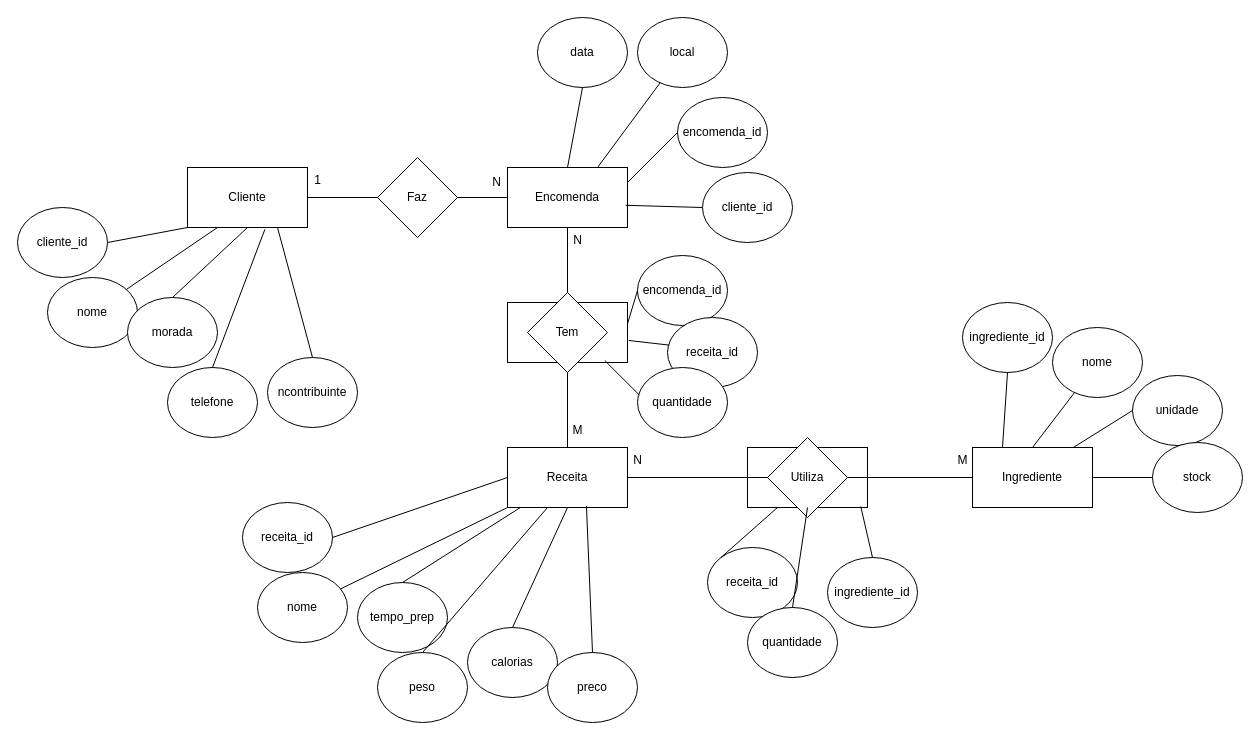
The draw.io diagram page "3. Pastelaria" (3 of 3) of Coletanea_Exercicios_EA.drawio in danielarraiol02/tpsi-sgbd-2065422-25, before the edit. Source tidied: cells renumbered, new cells numbered last; positions are measured from the earlier drawing's top-left corner, leaving out a move shared by most shapes. Both pictures are drawn from the tidied source at 100%, with x=0, y=0 at pixel (17, 17).
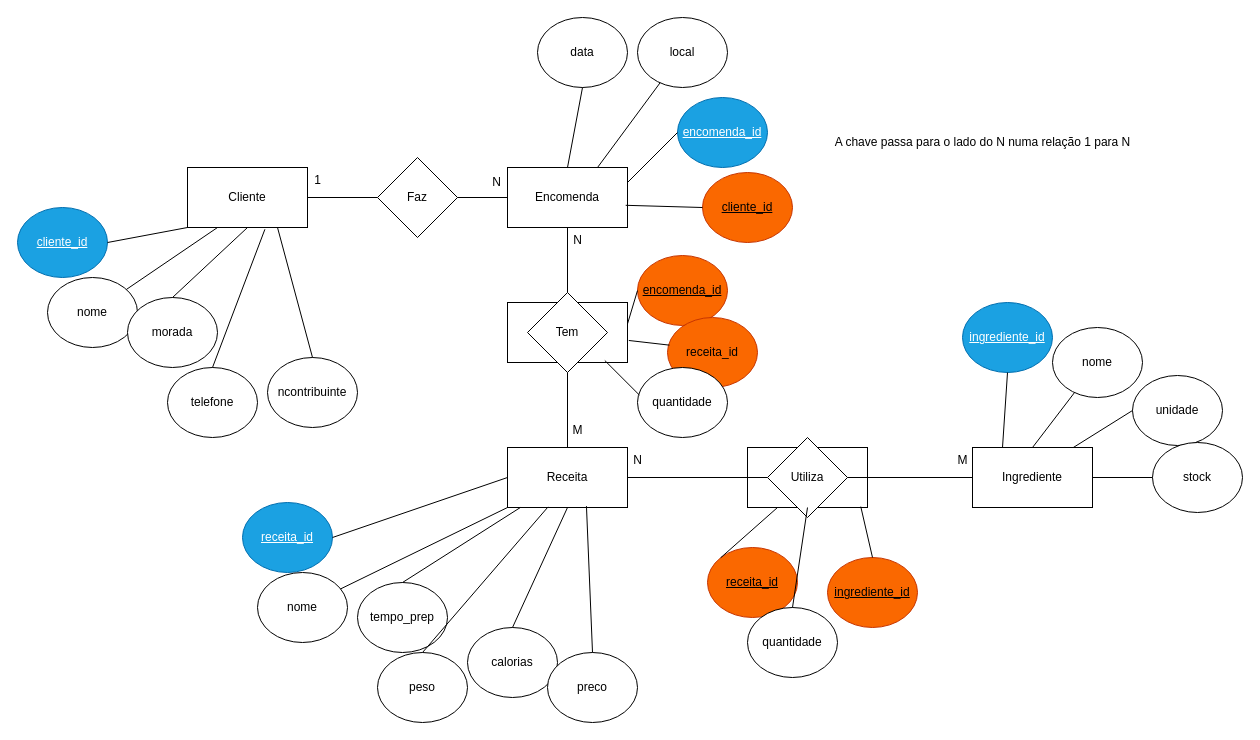
Above is the later version.

Change to the diagram source:
```diff
@@
-    <mxCell id="5" value="cliente_id" style="ellipse;whiteSpace=wrap;html=1;" parent="1" vertex="1">
+    <mxCell id="5" value="cliente_id" style="ellipse;whiteSpace=wrap;html=1;fontStyle=4;fillColor=#1ba1e2;fontColor=#ffffff;strokeColor=#006EAF;" parent="1" vertex="1">
       <mxGeometry y="190" width="90" height="70" as="geometry" />
     </mxCell>
@@
-    <mxCell id="25" value="encomenda_id" style="ellipse;whiteSpace=wrap;html=1;" parent="1" vertex="1">
+    <mxCell id="25" value="encomenda_id" style="ellipse;whiteSpace=wrap;html=1;fontStyle=4;fillColor=#1ba1e2;fontColor=#ffffff;strokeColor=#006EAF;" parent="1" vertex="1">
       <mxGeometry x="660" y="80" width="90" height="70" as="geometry" />
     </mxCell>
@@
-    <mxCell id="31" value="cliente_id" style="ellipse;whiteSpace=wrap;html=1;" parent="1" vertex="1">
+    <mxCell id="31" value="cliente_id" style="ellipse;whiteSpace=wrap;html=1;fontStyle=4;fillColor=#fa6800;fontColor=#000000;strokeColor=#C73500;" parent="1" vertex="1">
       <mxGeometry x="685" y="155" width="90" height="70" as="geometry" />
     </mxCell>
@@
-    <mxCell id="37" value="ingrediente_id" style="ellipse;whiteSpace=wrap;html=1;" parent="1" vertex="1">
+    <mxCell id="37" value="ingrediente_id" style="ellipse;whiteSpace=wrap;html=1;fontStyle=4;fillColor=#1ba1e2;fontColor=#ffffff;strokeColor=#006EAF;" parent="1" vertex="1">
       <mxGeometry x="945" y="285" width="90" height="70" as="geometry" />
     </mxCell>
@@
-    <mxCell id="47" value="receita_id" style="ellipse;whiteSpace=wrap;html=1;" parent="1" vertex="1">
+    <mxCell id="47" value="receita_id" style="ellipse;whiteSpace=wrap;html=1;fontStyle=4;fillColor=#1ba1e2;fontColor=#ffffff;strokeColor=#006EAF;" parent="1" vertex="1">
       <mxGeometry x="225" y="485" width="90" height="70" as="geometry" />
     </mxCell>
@@
-    <mxCell id="61" value="encomenda_id" style="ellipse;whiteSpace=wrap;html=1;" parent="1" vertex="1">
+    <mxCell id="61" value="encomenda_id" style="ellipse;whiteSpace=wrap;html=1;fontStyle=4;fillColor=#fa6800;fontColor=#000000;strokeColor=#C73500;" parent="1" vertex="1">
       <mxGeometry x="620" y="238" width="90" height="70" as="geometry" />
     </mxCell>
@@
-    <mxCell id="63" value="receita_id" style="ellipse;whiteSpace=wrap;html=1;" parent="1" vertex="1">
+    <mxCell id="63" value="receita_id" style="ellipse;whiteSpace=wrap;html=1;fillColor=#fa6800;fontColor=#000000;strokeColor=#C73500;" parent="1" vertex="1">
       <mxGeometry x="650" y="300" width="90" height="70" as="geometry" />
     </mxCell>
@@
-    <mxCell id="67" value="ingrediente_id" style="ellipse;whiteSpace=wrap;html=1;" parent="1" vertex="1">
+    <mxCell id="67" value="ingrediente_id" style="ellipse;whiteSpace=wrap;html=1;fontStyle=4;fillColor=#fa6800;fontColor=#000000;strokeColor=#C73500;" parent="1" vertex="1">
       <mxGeometry x="810" y="540" width="90" height="70" as="geometry" />
     </mxCell>
-    <mxCell id="68" value="receita_id" style="ellipse;whiteSpace=wrap;html=1;" parent="1" vertex="1">
+    <mxCell id="68" value="receita_id" style="ellipse;whiteSpace=wrap;html=1;fontStyle=4;fillColor=#fa6800;fontColor=#000000;strokeColor=#C73500;" parent="1" vertex="1">
       <mxGeometry x="690" y="530" width="90" height="70" as="geometry" />
     </mxCell>
@@
+    <mxCell id="73" value="A chave passa para o lado do N numa relação 1 para N" style="text;html=1;align=center;verticalAlign=middle;strokeColor=none;fillColor=none;" parent="1" vertex="1">
+      <mxGeometry x="805" y="110" width="320" height="30" as="geometry" />
+    </mxCell>
```
